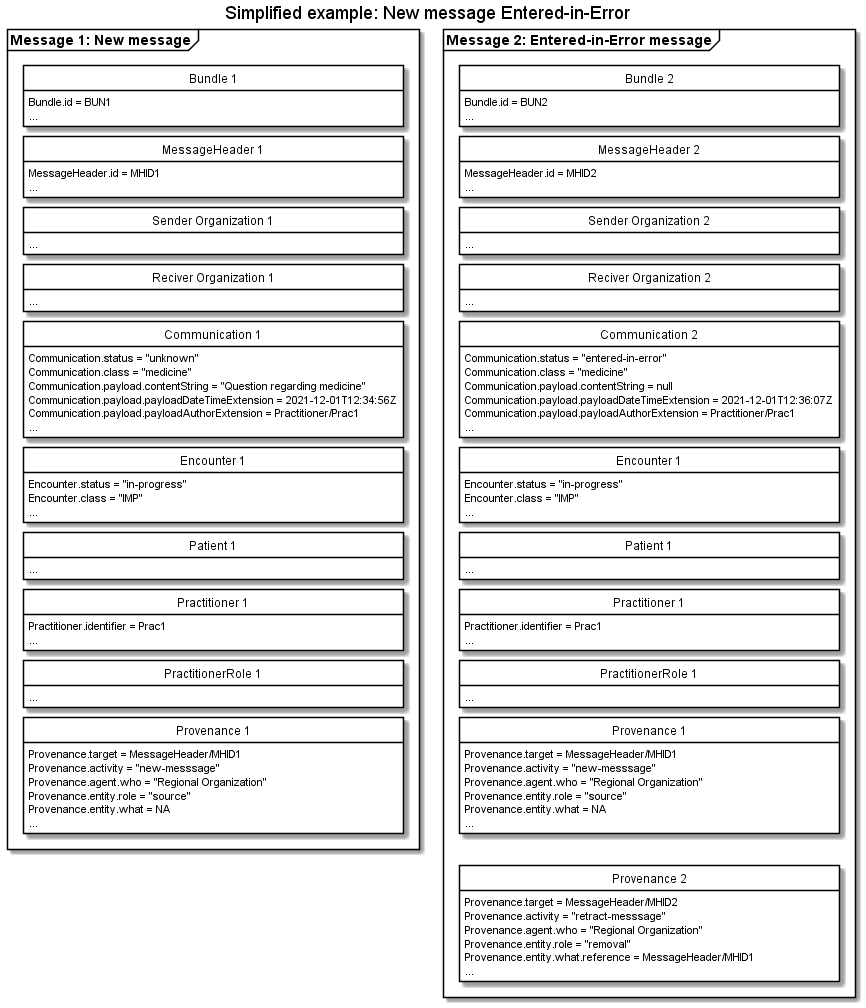
The PlantUML diagram input/images/carecommunication/CCNewMessageEnteredInError.png in medcomdk/dk-medcom-carecommunication, before a commit. Its diagram source:
```plantuml
@startuml CCNewMessageEnteredInError

skinparam class {
    BackgroundColor White
    BorderColor Black
    ArrowColor Black
  }
hide circle
hide empty members
skinparam SameClassWidth true
skinparam Ranksep 10


title Simplified example: New message Entered-in-Error

package "Message 1: New message" as new <<Frame>>{
    class "Bundle 1" as newB {
        Bundle.id = BUN1
        ...
    }
    class "MessageHeader 1" as newMH{
        MessageHeader.id = MHID1
        ...
    }
    class "Sender Organization 1" as newSOrg{
        ...
    }
    class "Reciver Organization 1" as newROrg{
        ...
    }
    class "Communication 1" as newCom{
        Communication.status = "unknown"
        Communication.class = "medicine"
        Communication.payload.contentString = "Question regarding medicine"
        Communication.payload.payloadDateTimeExtension = 2021-12-01T12:34:56Z
        Communication.payload.payloadAuthorExtension = Practitioner/Prac1
        ...
    }
    class "Encounter 1" as newENC{
        Encounter.status = "in-progress"
        Encounter.class = "IMP"
        ...
    }
    class "Patient 1" as newPT{
        ...
    }
    class "Practitioner 1" as newPrac{
        Practitioner.identifier = Prac1
        ...
    }
    class "PractitionerRole 1" as newPracR{
        ...
    }
    class "Provenance 1" as newPRO{
        Provenance.target = MessageHeader/MHID1
        Provenance.activity = "new-messsage"
        Provenance.agent.who = "Regional Organization"
        Provenance.entity.role = "source"
        Provenance.entity.what = NA
        ...
    }

newB -[hidden]- newMH
newMH -[hidden]- newSOrg
newSOrg-[hidden]-newROrg
newROrg-[hidden]-newCom
newCom -[hidden]- newENC
newENC-[hidden]-newPT
newPT-[hidden]-newPrac
newPrac-[hidden]-newPracR
newPracR-[hidden]-newPRO



}

package "Message 2: Entered-in-Error message" as error <<Frame>>{
    class "Bundle 2" as errorB {
        Bundle.id = BUN2
        ...
    }
    class "MessageHeader 2" as errorMH{
        MessageHeader.id = MHID2
        ...
    }
    class "Sender Organization 2" as errorSOrg{
        ...
    }
    class "Reciver Organization 2" as errorROrg{
        ...
    }
    class "Communication 2" as newerrorCom{
        Communication.status = "entered-in-error"
        Communication.class = "medicine"
        Communication.payload.contentString = null
        Communication.payload.payloadDateTimeExtension = 2021-12-01T12:36:07Z
        Communication.payload.payloadAuthorExtension = Practitioner/Prac1
        ...
    }
    class "Encounter 1" as newerrorENC{
        Encounter.status = "in-progress"
        Encounter.class = "IMP"
        ...
    }
    class "Patient 1" as newerrorPT{
        ...
    }
    class "Practitioner 1" as newerrorPrac{
        Practitioner.identifier = Prac1
        ...
    }
    class "PractitionerRole 1" as newerrorPracR{
        ...
    }
    class "Provenance 1" as newerrorPRO{
        Provenance.target = MessageHeader/MHID1
        Provenance.activity = "new-messsage"
        Provenance.agent.who = "Regional Organization"
        Provenance.entity.role = "source"
        Provenance.entity.what = NA
        ...
    }
    class "Provenance 2" as errorPRO{
        Provenance.target = MessageHeader/MHID2
        Provenance.activity = "retract-messsage"
        Provenance.agent.who = "Regional Organization"
        Provenance.entity.role = "removal"
        Provenance.entity.what.reference = MessageHeader/MHID1
        ...
    }

errorB -[hidden]- errorMH
errorMH -[hidden]- errorSOrg
errorSOrg-[hidden]-errorROrg
errorROrg-[hidden]-newerrorCom
newerrorCom -[hidden]- newerrorENC
newerrorENC-[hidden]-newerrorPT
newerrorPT-[hidden]-newerrorPrac
newerrorPrac-[hidden]-newerrorPracR
newerrorPracR-[hidden]-newerrorPRO
newerrorPRO-[hidden]-errorPRO



}



@enduml
```
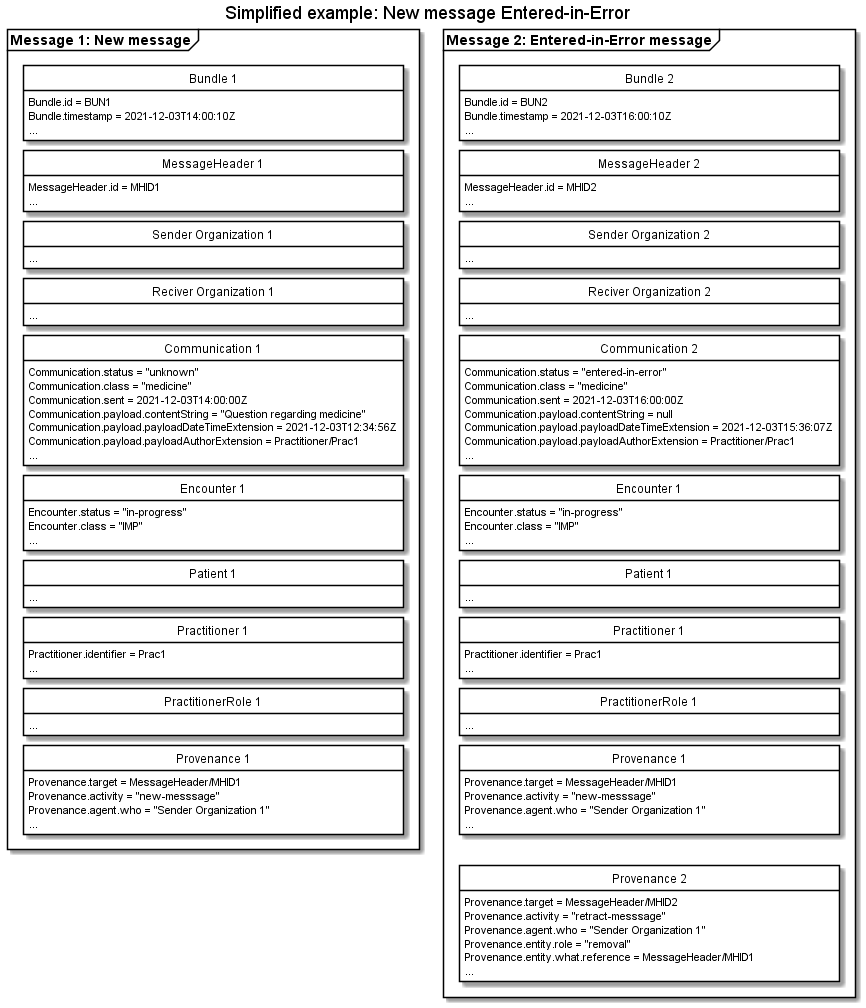
After the commit.

Change to the diagram source:
```diff
@@ -16,6 +16,7 @@
 package "Message 1: New message" as new <<Frame>>{
     class "Bundle 1" as newB {
         Bundle.id = BUN1
+        Bundle.timestamp = 2021-12-03T14:00:10Z
         ...
     }
     class "MessageHeader 1" as newMH{
@@ -31,8 +32,9 @@
     class "Communication 1" as newCom{
         Communication.status = "unknown"
         Communication.class = "medicine"
+        Communication.sent = 2021-12-03T14:00:00Z
         Communication.payload.contentString = "Question regarding medicine"
-        Communication.payload.payloadDateTimeExtension = 2021-12-01T12:34:56Z
+        Communication.payload.payloadDateTimeExtension = 2021-12-03T12:34:56Z
         Communication.payload.payloadAuthorExtension = Practitioner/Prac1
         ...
     }
@@ -54,9 +56,7 @@
     class "Provenance 1" as newPRO{
         Provenance.target = MessageHeader/MHID1
         Provenance.activity = "new-messsage"
-        Provenance.agent.who = "Regional Organization"
-        Provenance.entity.role = "source"
-        Provenance.entity.what = NA
+        Provenance.agent.who = "Sender Organization 1"
         ...
     }
 
@@ -77,6 +77,7 @@
 package "Message 2: Entered-in-Error message" as error <<Frame>>{
     class "Bundle 2" as errorB {
         Bundle.id = BUN2
+        Bundle.timestamp = 2021-12-03T16:00:10Z
         ...
     }
     class "MessageHeader 2" as errorMH{
@@ -92,8 +93,9 @@
     class "Communication 2" as newerrorCom{
         Communication.status = "entered-in-error"
         Communication.class = "medicine"
+        Communication.sent = 2021-12-03T16:00:00Z
         Communication.payload.contentString = null
-        Communication.payload.payloadDateTimeExtension = 2021-12-01T12:36:07Z
+        Communication.payload.payloadDateTimeExtension = 2021-12-03T15:36:07Z
         Communication.payload.payloadAuthorExtension = Practitioner/Prac1
         ...
     }
@@ -115,15 +117,13 @@
     class "Provenance 1" as newerrorPRO{
         Provenance.target = MessageHeader/MHID1
         Provenance.activity = "new-messsage"
-        Provenance.agent.who = "Regional Organization"
-        Provenance.entity.role = "source"
-        Provenance.entity.what = NA
+        Provenance.agent.who = "Sender Organization 1"
         ...
     }
     class "Provenance 2" as errorPRO{
         Provenance.target = MessageHeader/MHID2
         Provenance.activity = "retract-messsage"
-        Provenance.agent.who = "Regional Organization"
+        Provenance.agent.who = "Sender Organization 1"
         Provenance.entity.role = "removal"
         Provenance.entity.what.reference = MessageHeader/MHID1
         ...
```
